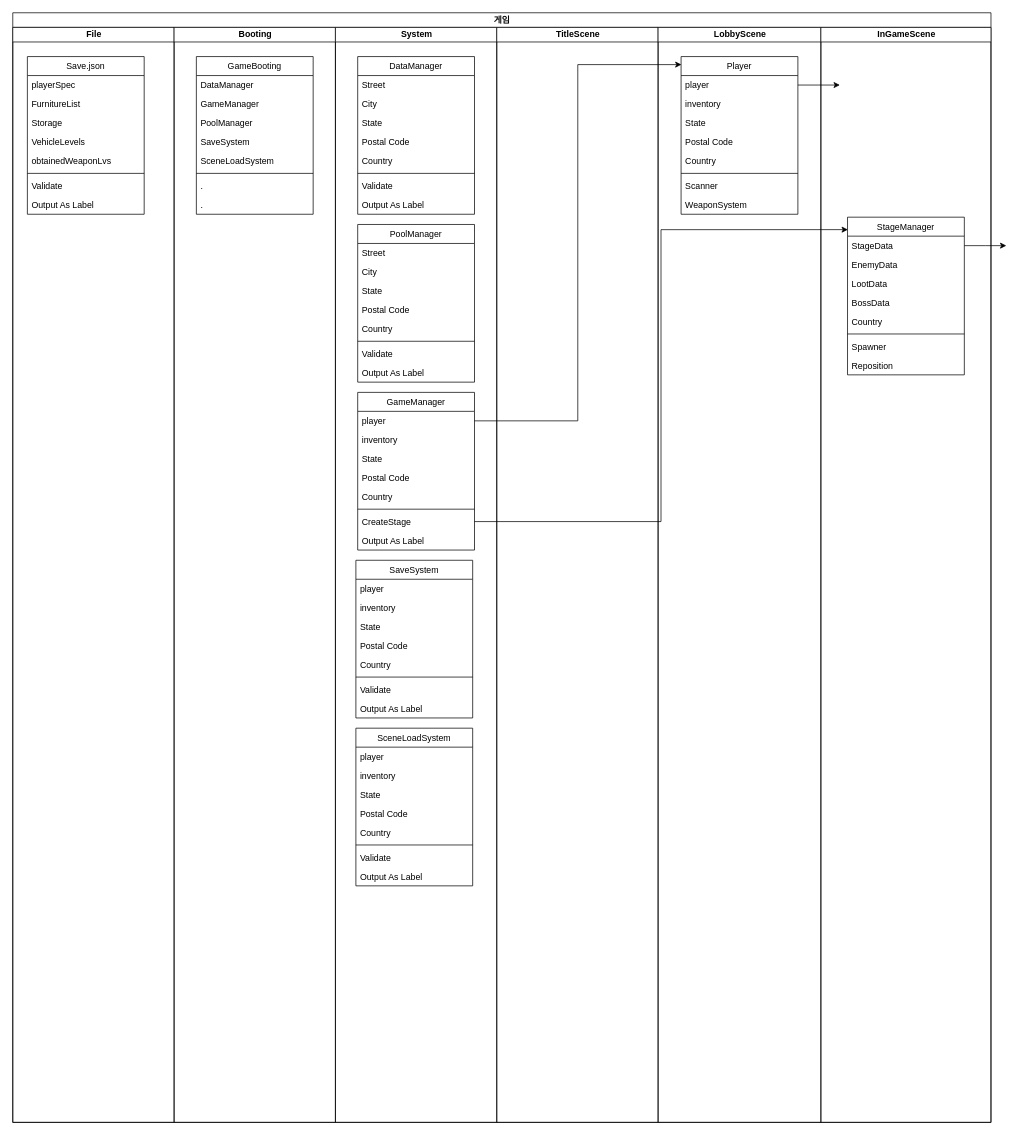
The draw.io diagram 제목 없는 다이어그램.drawio in cocoju1704/camping, before the edit. Source tidied: cells renumbered, new cells numbered last; positions are measured from the earlier drawing's top-left corner, leaving out a move shared by most shapes. Both pictures are drawn from the tidied source at 73%, with x=0, y=0 at pixel (12, 12).
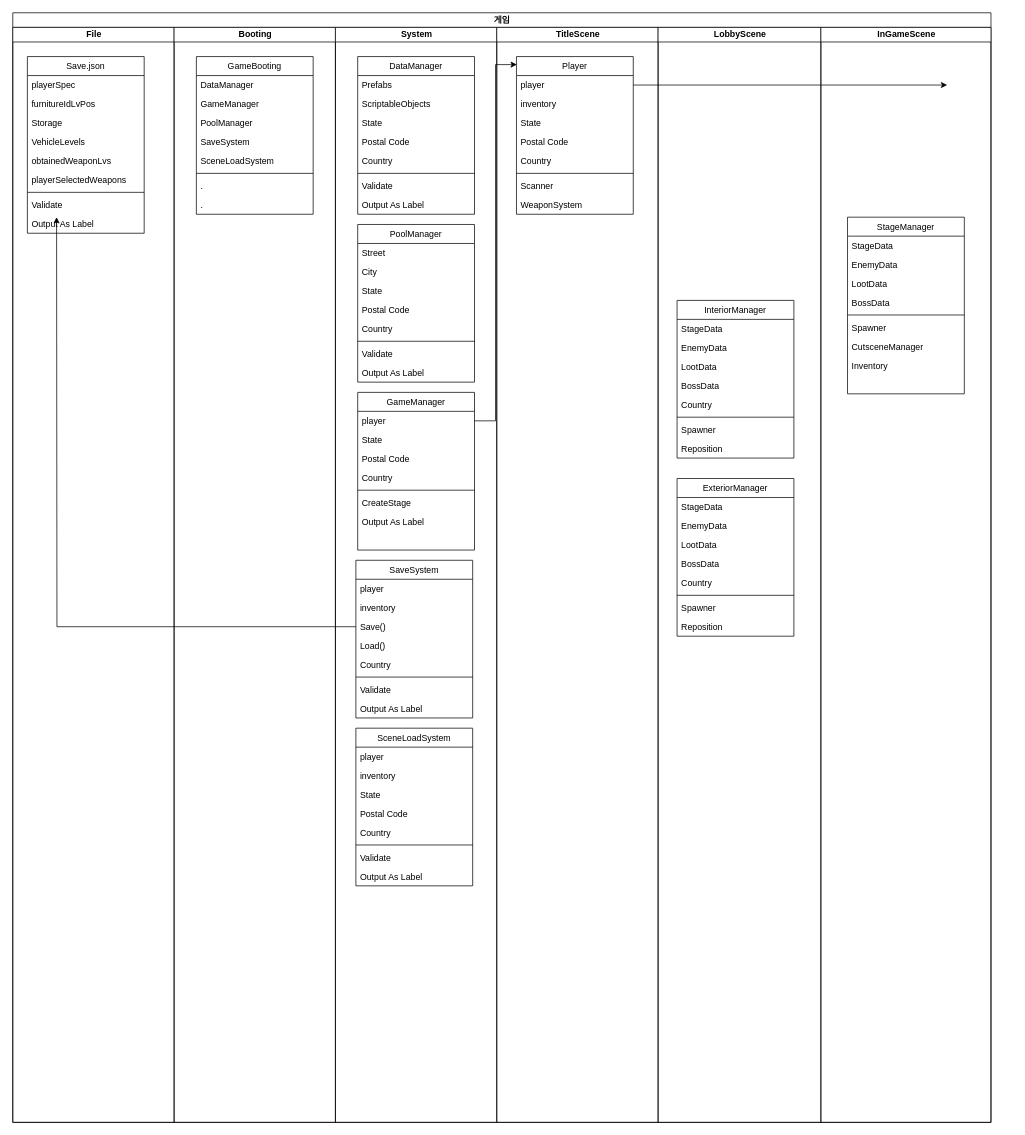
After the change.

Commit message:
제목 없는 다이어그램.drawio 업데이트

Unchanged cells that the change refers to:
```xml
<mxCell id="2" value="게임" style="swimlane;startSize=20;html=1;" parent="1" vertex="1">
  <mxGeometry width="1340" height="1520" as="geometry" />
</mxCell>
<mxCell id="15" value="DataManager" style="swimlane;fontStyle=0;align=center;verticalAlign=top;horizontal=1;startSize=26;rounded=0;shadow=0;strokeWidth=1;" parent="14" vertex="1">
  <mxGeometry x="30.5" y="40" width="160" height="216" as="geometry" />
</mxCell>
<mxCell id="33" value="GameManager" style="swimlane;fontStyle=0;align=center;verticalAlign=top;horizontal=1;startSize=26;rounded=0;shadow=0;strokeWidth=1;" parent="14" vertex="1">
  <mxGeometry x="30.5" y="500" width="160" height="216" as="geometry" />
</mxCell>
<mxCell id="51" value="TitleScene" style="swimlane;startSize=20;html=1;" parent="2" vertex="1">
  <mxGeometry x="663" y="20" width="221" height="1500" as="geometry" />
</mxCell>
<mxCell id="55" value="player" style="text;align=left;verticalAlign=top;spacingLeft=4;spacingRight=4;overflow=hidden;points=[[0,0.5],[1,0.5]];portConstraint=eastwest;" parent="53" vertex="1">
  <mxGeometry y="26" width="160" height="26" as="geometry" />
</mxCell>
<mxCell id="63" value="InGameScene" style="swimlane;startSize=20;html=1;" parent="2" vertex="1">
  <mxGeometry x="1107" y="20" width="233" height="1500" as="geometry" />
</mxCell>
<mxCell id="66" value="StageData" style="text;align=left;verticalAlign=top;spacingLeft=4;spacingRight=4;overflow=hidden;points=[[0,0.5],[1,0.5]];portConstraint=eastwest;" parent="64" vertex="1">
  <mxGeometry y="26" width="160" height="26" as="geometry" />
</mxCell>
<mxCell id="85" value="SaveSystem" style="swimlane;fontStyle=0;align=center;verticalAlign=top;horizontal=1;startSize=26;rounded=0;shadow=0;strokeWidth=1;" parent="1" vertex="1">
  <mxGeometry x="470" y="750" width="160" height="216" as="geometry" />
</mxCell>
```

The edit, as a diff of the source:
```diff
@@
-    <mxCell id="16" value="Street" style="text;align=left;verticalAlign=top;spacingLeft=4;spacingRight=4;overflow=hidden;" parent="15" vertex="1">
+    <mxCell id="16" value="Prefabs" style="text;align=left;verticalAlign=top;spacingLeft=4;spacingRight=4;overflow=hidden;" parent="15" vertex="1">
       <mxGeometry y="26" width="160" height="26" as="geometry" />
     </mxCell>
-    <mxCell id="17" value="City" style="text;align=left;verticalAlign=top;spacingLeft=4;spacingRight=4;overflow=hidden;rounded=0;shadow=0;html=0;" parent="15" vertex="1">
+    <mxCell id="17" value="ScriptableObjects" style="text;align=left;verticalAlign=top;spacingLeft=4;spacingRight=4;overflow=hidden;rounded=0;shadow=0;html=0;" parent="15" vertex="1">
       <mxGeometry y="52" width="160" height="26" as="geometry" />
     </mxCell>
@@
-    <mxCell id="35" value="inventory" style="text;align=left;verticalAlign=top;spacingLeft=4;spacingRight=4;overflow=hidden;rounded=0;shadow=0;html=0;" parent="33" vertex="1">
-      <mxGeometry y="52" width="160" height="26" as="geometry" />
-    </mxCell>
     <mxCell id="36" value="State" style="text;align=left;verticalAlign=top;spacingLeft=4;spacingRight=4;overflow=hidden;rounded=0;shadow=0;html=0;" parent="33" vertex="1">
-      <mxGeometry y="78" width="160" height="26" as="geometry" />
+      <mxGeometry y="52" width="160" height="26" as="geometry" />
     </mxCell>
     <mxCell id="37" value="Postal Code" style="text;align=left;verticalAlign=top;spacingLeft=4;spacingRight=4;overflow=hidden;rounded=0;shadow=0;html=0;" parent="33" vertex="1">
-      <mxGeometry y="104" width="160" height="26" as="geometry" />
+      <mxGeometry y="78" width="160" height="26" as="geometry" />
     </mxCell>
     <mxCell id="38" value="Country" style="text;align=left;verticalAlign=top;spacingLeft=4;spacingRight=4;overflow=hidden;rounded=0;shadow=0;html=0;" parent="33" vertex="1">
-      <mxGeometry y="130" width="160" height="26" as="geometry" />
+      <mxGeometry y="104" width="160" height="26" as="geometry" />
     </mxCell>
     <mxCell id="39" style="line;html=1;strokeWidth=1;align=left;verticalAlign=middle;spacingTop=-1;spacingLeft=3;spacingRight=3;labelPosition=right;" parent="33" vertex="1">
-      <mxGeometry y="156" width="160" height="8" as="geometry" />
+      <mxGeometry y="130" width="160" height="8" as="geometry" />
     </mxCell>
     <mxCell id="40" value="CreateStage" style="text;align=left;verticalAlign=top;spacingLeft=4;spacingRight=4;overflow=hidden;points=[[0,0.5],[1,0.5]];portConstraint=eastwest;" parent="33" vertex="1">
-      <mxGeometry y="164" width="160" height="26" as="geometry" />
+      <mxGeometry y="138" width="160" height="26" as="geometry" />
     </mxCell>
     <mxCell id="41" value="Output As Label" style="text;align=left;verticalAlign=top;spacingLeft=4;spacingRight=4;overflow=hidden;" parent="33" vertex="1">
-      <mxGeometry y="190" width="160" height="26" as="geometry" />
+      <mxGeometry y="164" width="160" height="26" as="geometry" />
     </mxCell>
@@
-    <mxCell id="52" value="LobbyScene" style="swimlane;startSize=20;html=1;" parent="2" vertex="1">
-      <mxGeometry x="884" y="20" width="223" height="1500" as="geometry" />
-    </mxCell>
-    <mxCell id="53" value="Player" style="swimlane;fontStyle=0;align=center;verticalAlign=top;horizontal=1;startSize=26;rounded=0;shadow=0;strokeWidth=1;" parent="52" vertex="1">
-      <mxGeometry x="31.5" y="40" width="160" height="216" as="geometry" />
+    <mxCell id="53" value="Player" style="swimlane;fontStyle=0;align=center;verticalAlign=top;horizontal=1;startSize=26;rounded=0;shadow=0;strokeWidth=1;" parent="51" vertex="1">
+      <mxGeometry x="27" y="40" width="160" height="216" as="geometry" />
     </mxCell>
     <mxCell id="54" style="edgeStyle=orthogonalEdgeStyle;rounded=0;jettySize=auto;html=1;exitX=1;exitY=0.5;exitDx=0;exitDy=0;" parent="53" edge="1" source="55">
       <mxGeometry relative="1" as="geometry">
-        <mxPoint x="217.5" y="39" as="targetPoint" />
+        <mxPoint x="590" y="39" as="targetPoint" />
       </mxGeometry>
     </mxCell>
@@
+    <mxCell id="52" value="LobbyScene" style="swimlane;startSize=20;html=1;" parent="2" vertex="1">
+      <mxGeometry x="884" y="20" width="223" height="1500" as="geometry" />
+    </mxCell>
+    <mxCell id="94" value="InteriorManager" style="swimlane;fontStyle=0;align=center;verticalAlign=top;horizontal=1;startSize=26;rounded=0;shadow=0;strokeWidth=1;" parent="52" vertex="1">
+      <mxGeometry x="26" y="374" width="160" height="216" as="geometry" />
+    </mxCell>
+    <mxCell id="95" value="StageData" style="text;align=left;verticalAlign=top;spacingLeft=4;spacingRight=4;overflow=hidden;" parent="94" vertex="1">
+      <mxGeometry y="26" width="160" height="26" as="geometry" />
+    </mxCell>
+    <mxCell id="96" value="EnemyData" style="text;align=left;verticalAlign=top;spacingLeft=4;spacingRight=4;overflow=hidden;rounded=0;shadow=0;html=0;" parent="94" vertex="1">
+      <mxGeometry y="52" width="160" height="26" as="geometry" />
+    </mxCell>
+    <mxCell id="97" value="LootData" style="text;align=left;verticalAlign=top;spacingLeft=4;spacingRight=4;overflow=hidden;rounded=0;shadow=0;html=0;" parent="94" vertex="1">
+      <mxGeometry y="78" width="160" height="26" as="geometry" />
+    </mxCell>
+    <mxCell id="98" value="BossData" style="text;align=left;verticalAlign=top;spacingLeft=4;spacingRight=4;overflow=hidden;rounded=0;shadow=0;html=0;" parent="94" vertex="1">
+      <mxGeometry y="104" width="160" height="26" as="geometry" />
+    </mxCell>
+    <mxCell id="99" value="Country" style="text;align=left;verticalAlign=top;spacingLeft=4;spacingRight=4;overflow=hidden;rounded=0;shadow=0;html=0;" parent="94" vertex="1">
+      <mxGeometry y="130" width="160" height="26" as="geometry" />
+    </mxCell>
+    <mxCell id="100" style="line;html=1;strokeWidth=1;align=left;verticalAlign=middle;spacingTop=-1;spacingLeft=3;spacingRight=3;labelPosition=right;" parent="94" vertex="1">
+      <mxGeometry y="156" width="160" height="8" as="geometry" />
+    </mxCell>
+    <mxCell id="101" value="Spawner" style="text;align=left;verticalAlign=top;spacingLeft=4;spacingRight=4;overflow=hidden;" parent="94" vertex="1">
+      <mxGeometry y="164" width="160" height="26" as="geometry" />
+    </mxCell>
+    <mxCell id="102" value="Reposition" style="text;align=left;verticalAlign=top;spacingLeft=4;spacingRight=4;overflow=hidden;" parent="94" vertex="1">
+      <mxGeometry y="190" width="160" height="26" as="geometry" />
+    </mxCell>
+    <mxCell id="103" value="ExteriorManager" style="swimlane;fontStyle=0;align=center;verticalAlign=top;horizontal=1;startSize=26;rounded=0;shadow=0;strokeWidth=1;" parent="52" vertex="1">
+      <mxGeometry x="26" y="618" width="160" height="216" as="geometry" />
+    </mxCell>
+    <mxCell id="104" value="StageData" style="text;align=left;verticalAlign=top;spacingLeft=4;spacingRight=4;overflow=hidden;" parent="103" vertex="1">
+      <mxGeometry y="26" width="160" height="26" as="geometry" />
+    </mxCell>
+    <mxCell id="105" value="EnemyData" style="text;align=left;verticalAlign=top;spacingLeft=4;spacingRight=4;overflow=hidden;rounded=0;shadow=0;html=0;" parent="103" vertex="1">
+      <mxGeometry y="52" width="160" height="26" as="geometry" />
+    </mxCell>
+    <mxCell id="106" value="LootData" style="text;align=left;verticalAlign=top;spacingLeft=4;spacingRight=4;overflow=hidden;rounded=0;shadow=0;html=0;" parent="103" vertex="1">
+      <mxGeometry y="78" width="160" height="26" as="geometry" />
+    </mxCell>
+    <mxCell id="107" value="BossData" style="text;align=left;verticalAlign=top;spacingLeft=4;spacingRight=4;overflow=hidden;rounded=0;shadow=0;html=0;" parent="103" vertex="1">
+      <mxGeometry y="104" width="160" height="26" as="geometry" />
+    </mxCell>
+    <mxCell id="108" value="Country" style="text;align=left;verticalAlign=top;spacingLeft=4;spacingRight=4;overflow=hidden;rounded=0;shadow=0;html=0;" parent="103" vertex="1">
+      <mxGeometry y="130" width="160" height="26" as="geometry" />
+    </mxCell>
+    <mxCell id="109" style="line;html=1;strokeWidth=1;align=left;verticalAlign=middle;spacingTop=-1;spacingLeft=3;spacingRight=3;labelPosition=right;" parent="103" vertex="1">
+      <mxGeometry y="156" width="160" height="8" as="geometry" />
+    </mxCell>
+    <mxCell id="110" value="Spawner" style="text;align=left;verticalAlign=top;spacingLeft=4;spacingRight=4;overflow=hidden;" parent="103" vertex="1">
+      <mxGeometry y="164" width="160" height="26" as="geometry" />
+    </mxCell>
+    <mxCell id="111" value="Reposition" style="text;align=left;verticalAlign=top;spacingLeft=4;spacingRight=4;overflow=hidden;" parent="103" vertex="1">
+      <mxGeometry y="190" width="160" height="26" as="geometry" />
+    </mxCell>
@@
     <mxCell id="64" value="StageManager" style="swimlane;fontStyle=0;align=center;verticalAlign=top;horizontal=1;startSize=26;rounded=0;shadow=0;strokeWidth=1;" parent="63" vertex="1">
-      <mxGeometry x="36.5" y="260" width="160" height="216" as="geometry" />
+      <mxGeometry x="36.5" y="260" width="160" height="242" as="geometry" />
     </mxCell>
-    <mxCell id="65" style="edgeStyle=orthogonalEdgeStyle;rounded=0;jettySize=auto;html=1;exitX=1;exitY=0.5;exitDx=0;exitDy=0;" parent="64" edge="1" source="66">
-      <mxGeometry relative="1" as="geometry">
-        <mxPoint x="217.5" y="39" as="targetPoint" />
-      </mxGeometry>
-    </mxCell>
@@
-    <mxCell id="70" value="Country" style="text;align=left;verticalAlign=top;spacingLeft=4;spacingRight=4;overflow=hidden;rounded=0;shadow=0;html=0;" parent="64" vertex="1">
-      <mxGeometry y="130" width="160" height="26" as="geometry" />
-    </mxCell>
     <mxCell id="71" style="line;html=1;strokeWidth=1;align=left;verticalAlign=middle;spacingTop=-1;spacingLeft=3;spacingRight=3;labelPosition=right;" parent="64" vertex="1">
-      <mxGeometry y="156" width="160" height="8" as="geometry" />
+      <mxGeometry y="130" width="160" height="8" as="geometry" />
     </mxCell>
     <mxCell id="72" value="Spawner" style="text;align=left;verticalAlign=top;spacingLeft=4;spacingRight=4;overflow=hidden;" parent="64" vertex="1">
-      <mxGeometry y="164" width="160" height="26" as="geometry" />
+      <mxGeometry y="138" width="160" height="26" as="geometry" />
     </mxCell>
-    <mxCell id="73" value="Reposition" style="text;align=left;verticalAlign=top;spacingLeft=4;spacingRight=4;overflow=hidden;" parent="64" vertex="1">
-      <mxGeometry y="190" width="160" height="26" as="geometry" />
+    <mxCell id="73" value="CutsceneManager" style="text;align=left;verticalAlign=top;spacingLeft=4;spacingRight=4;overflow=hidden;" parent="64" vertex="1">
+      <mxGeometry y="164" width="160" height="26" as="geometry" />
     </mxCell>
+    <mxCell id="112" value="Inventory" style="text;align=left;verticalAlign=top;spacingLeft=4;spacingRight=4;overflow=hidden;" parent="64" vertex="1">
+      <mxGeometry y="190" width="160" height="26" as="geometry" />
+    </mxCell>
@@
-    <mxCell id="75" style="edgeStyle=orthogonalEdgeStyle;rounded=0;jettySize=auto;html=1;exitX=1;exitY=0.5;exitDx=0;exitDy=0;entryX=0.003;entryY=0.079;entryDx=0;entryDy=0;entryPerimeter=0;" parent="2" edge="1" source="40" target="64">
-      <mxGeometry relative="1" as="geometry" />
-    </mxCell>
     <mxCell id="76" value="Save.json" style="swimlane;fontStyle=0;align=center;verticalAlign=top;horizontal=1;startSize=26;rounded=0;shadow=0;strokeWidth=1;" parent="1" vertex="1">
-      <mxGeometry x="20" y="60" width="160" height="216" as="geometry" />
+      <mxGeometry x="20" y="60" width="160" height="242" as="geometry" />
     </mxCell>
@@
-    <mxCell id="78" value="FurnitureList" style="text;align=left;verticalAlign=top;spacingLeft=4;spacingRight=4;overflow=hidden;rounded=0;shadow=0;html=0;" parent="76" vertex="1">
+    <mxCell id="78" value="furnitureIdLvPos" style="text;align=left;verticalAlign=top;spacingLeft=4;spacingRight=4;overflow=hidden;rounded=0;shadow=0;html=0;" parent="76" vertex="1">
       <mxGeometry y="52" width="160" height="26" as="geometry" />
     </mxCell>
@@
+    <mxCell id="113" value="playerSelectedWeapons" style="text;align=left;verticalAlign=top;spacingLeft=4;spacingRight=4;overflow=hidden;rounded=0;shadow=0;html=0;" parent="76" vertex="1">
+      <mxGeometry y="156" width="160" height="26" as="geometry" />
+    </mxCell>
     <mxCell id="82" style="line;html=1;strokeWidth=1;align=left;verticalAlign=middle;spacingTop=-1;spacingLeft=3;spacingRight=3;labelPosition=right;" parent="76" vertex="1">
-      <mxGeometry y="156" width="160" height="8" as="geometry" />
+      <mxGeometry y="182" width="160" height="8" as="geometry" />
     </mxCell>
     <mxCell id="83" value="Validate" style="text;align=left;verticalAlign=top;spacingLeft=4;spacingRight=4;overflow=hidden;" parent="76" vertex="1">
-      <mxGeometry y="164" width="160" height="26" as="geometry" />
+      <mxGeometry y="190" width="160" height="26" as="geometry" />
     </mxCell>
     <mxCell id="84" value="Output As Label" style="text;align=left;verticalAlign=top;spacingLeft=4;spacingRight=4;overflow=hidden;" parent="76" vertex="1">
-      <mxGeometry y="190" width="160" height="26" as="geometry" />
+      <mxGeometry y="216" width="160" height="26" as="geometry" />
     </mxCell>
@@
+    <mxCell id="114" style="edgeStyle=orthogonalEdgeStyle;rounded=0;jettySize=auto;html=1;exitX=0;exitY=0.5;exitDx=0;exitDy=0;" parent="85" edge="1" source="88">
+      <mxGeometry relative="1" as="geometry">
+        <mxPoint x="-410" y="-470" as="targetPoint" />
+      </mxGeometry>
+    </mxCell>
-    <mxCell id="88" value="State" style="text;align=left;verticalAlign=top;spacingLeft=4;spacingRight=4;overflow=hidden;points=[[0,0.5],[1,0.5]];portConstraint=eastwest;rounded=0;shadow=0;html=0;" parent="85" vertex="1">
+    <mxCell id="88" value="Save()" style="text;align=left;verticalAlign=top;spacingLeft=4;spacingRight=4;overflow=hidden;points=[[0,0.5],[1,0.5]];portConstraint=eastwest;rounded=0;shadow=0;html=0;" parent="85" vertex="1">
       <mxGeometry y="78" width="160" height="26" as="geometry" />
     </mxCell>
-    <mxCell id="89" value="Postal Code" style="text;align=left;verticalAlign=top;spacingLeft=4;spacingRight=4;overflow=hidden;rounded=0;shadow=0;html=0;" parent="85" vertex="1">
+    <mxCell id="89" value="Load()" style="text;align=left;verticalAlign=top;spacingLeft=4;spacingRight=4;overflow=hidden;rounded=0;shadow=0;html=0;" parent="85" vertex="1">
       <mxGeometry y="104" width="160" height="26" as="geometry" />
     </mxCell>
```
